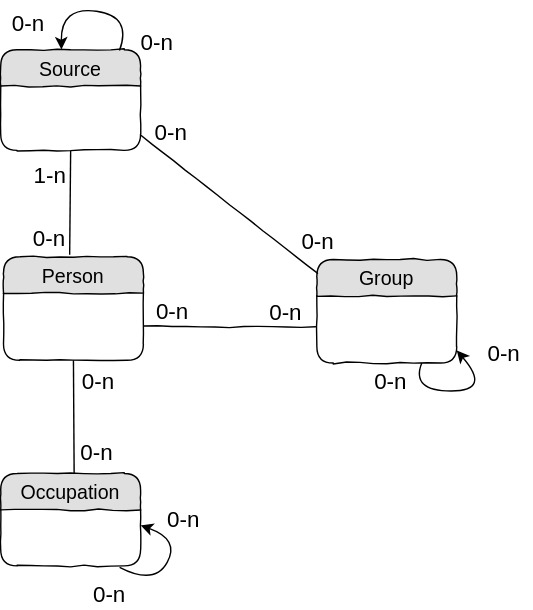
Above: docs/img/db5-model.svg in tig12/g5 (draw.io), before the change. Source tidied: cells renumbered, new cells last; positions are measured from the earlier drawing's top-left corner, leaving out a move shared by most shapes.
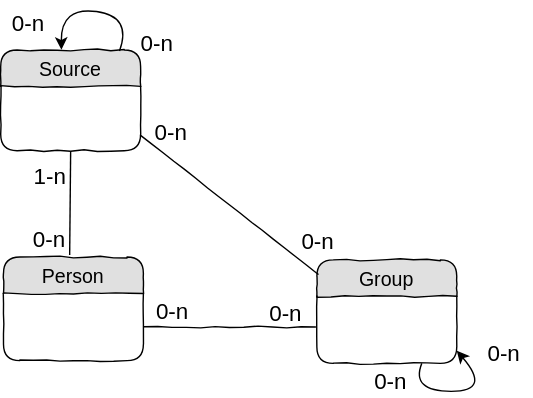
Later version of the same file.

What changed in the source:
```diff
@@ -26,22 +26,9 @@
     <mxCell id="8" value="&lt;font style=&quot;font-size: 16px&quot;&gt;0-n&lt;/font&gt;" style="text;html=1;strokeColor=none;fillColor=none;align=center;verticalAlign=middle;whiteSpace=wrap;rounded=0;shadow=0;glass=0;dashed=1;dashPattern=1 4;comic=1;labelBackgroundColor=none;fontSize=24;fontColor=#000000;" parent="1" vertex="1">
       <mxGeometry x="15" y="156" width="40" height="15" as="geometry" />
     </mxCell>
-    <mxCell id="9" style="curved=1;endArrow=classic;html=1;" parent="1" edge="1">
-      <mxGeometry relative="1" as="geometry">
-        <mxPoint x="85" y="401" as="sourcePoint" />
-        <mxPoint x="100" y="371" as="targetPoint" />
-        <Array as="points">
-          <mxPoint x="110" y="414" />
-          <mxPoint x="128" y="381" />
-        </Array>
-      </mxGeometry>
-    </mxCell>
     <mxCell id="10" value="Source" style="swimlane;fontStyle=0;horizontal=1;startSize=26;fillColor=#e0e0e0;swimlaneFillColor=#ffffff;align=center;fontSize=14;rounded=1;shadow=0;comic=1;glass=0;" parent="1" vertex="1">
       <mxGeometry y="31" width="100" height="72" as="geometry" />
     </mxCell>
-    <mxCell id="11" value="&lt;font style=&quot;font-size: 16px&quot;&gt;0-n&lt;/font&gt;" style="text;html=1;strokeColor=none;fillColor=none;align=center;verticalAlign=middle;whiteSpace=wrap;rounded=0;shadow=0;glass=0;dashed=1;dashPattern=1 4;comic=1;labelBackgroundColor=none;fontSize=24;fontColor=#000000;" parent="1" vertex="1">
-      <mxGeometry x="58" y="410" width="40" height="15" as="geometry" />
-    </mxCell>
     <mxCell id="12" style="curved=1;endArrow=classic;html=1;exitX=0.75;exitY=1;exitDx=0;exitDy=0;" parent="1" edge="1" source="20">
       <mxGeometry relative="1" as="geometry">
         <mxPoint x="326" y="246" as="targetPoint" />
@@ -54,9 +41,6 @@
     <mxCell id="13" value="&lt;font style=&quot;font-size: 16px&quot;&gt;0-n&lt;/font&gt;" style="text;html=1;strokeColor=none;fillColor=none;align=center;verticalAlign=middle;whiteSpace=wrap;rounded=0;shadow=0;glass=0;dashed=1;dashPattern=1 4;comic=1;labelBackgroundColor=none;fontSize=24;fontColor=#000000;" parent="1" vertex="1">
       <mxGeometry x="259" y="258" width="40" height="15" as="geometry" />
     </mxCell>
-    <mxCell id="14" value="Occupation" style="swimlane;fontStyle=0;horizontal=1;startSize=26;fillColor=#e0e0e0;swimlaneFillColor=#ffffff;align=center;fontSize=14;rounded=1;shadow=0;comic=1;glass=0;" parent="1" vertex="1">
-      <mxGeometry y="334" width="100" height="66" as="geometry" />
-    </mxCell>
     <mxCell id="15" value="&lt;font style=&quot;font-size: 16px&quot;&gt;0-n&lt;/font&gt;" style="text;html=1;strokeColor=none;fillColor=none;align=center;verticalAlign=middle;whiteSpace=wrap;rounded=0;shadow=0;glass=0;dashed=1;dashPattern=1 4;comic=1;labelBackgroundColor=none;fontSize=24;fontColor=#000000;" parent="1" vertex="1">
       <mxGeometry y="2" width="40" height="15" as="geometry" />
     </mxCell>
@@ -68,15 +52,6 @@
         </Array>
       </mxGeometry>
     </mxCell>
-    <mxCell id="17" style="endArrow=none;html=1;entryX=0.5;entryY=1;entryDx=0;entryDy=0;exitX=0.525;exitY=0.003;exitDx=0;exitDy=0;exitPerimeter=0;" parent="1" edge="1" source="14" target="5">
-      <mxGeometry relative="1" as="geometry" />
-    </mxCell>
-    <mxCell id="18" value="&lt;font style=&quot;font-size: 16px&quot;&gt;0-n&lt;/font&gt;" style="text;html=1;strokeColor=none;fillColor=none;align=center;verticalAlign=middle;whiteSpace=wrap;rounded=0;shadow=0;glass=0;dashed=1;dashPattern=1 4;comic=1;labelBackgroundColor=none;fontSize=24;fontColor=#000000;" parent="1" vertex="1">
-      <mxGeometry x="50" y="258" width="40" height="15" as="geometry" />
-    </mxCell>
-    <mxCell id="19" value="&lt;font style=&quot;font-size: 16px&quot;&gt;0-n&lt;/font&gt;" style="text;html=1;strokeColor=none;fillColor=none;align=center;verticalAlign=middle;whiteSpace=wrap;rounded=0;shadow=0;glass=0;dashed=1;dashPattern=1 4;comic=1;labelBackgroundColor=none;fontSize=24;fontColor=#000000;" parent="1" vertex="1">
-      <mxGeometry x="49" y="309" width="40" height="15" as="geometry" />
-    </mxCell>
     <mxCell id="20" value="Group" style="swimlane;fontStyle=0;horizontal=1;startSize=26;fillColor=#e0e0e0;swimlaneFillColor=#ffffff;align=center;fontSize=14;rounded=1;shadow=0;comic=1;glass=0;" parent="1" vertex="1">
       <mxGeometry x="226" y="181" width="100" height="74" as="geometry" />
     </mxCell>
@@ -86,9 +61,6 @@
     <mxCell id="22" value="&lt;font style=&quot;font-size: 16px&quot;&gt;0-n&lt;/font&gt;" style="text;html=1;strokeColor=none;fillColor=none;align=center;verticalAlign=middle;whiteSpace=wrap;rounded=0;shadow=0;glass=0;dashed=1;dashPattern=1 4;comic=1;labelBackgroundColor=none;fontSize=24;fontColor=#000000;" parent="1" vertex="1">
       <mxGeometry x="340" y="238" width="40" height="15" as="geometry" />
     </mxCell>
-    <mxCell id="23" value="&lt;font style=&quot;font-size: 16px&quot;&gt;0-n&lt;/font&gt;" style="text;html=1;strokeColor=none;fillColor=none;align=center;verticalAlign=middle;whiteSpace=wrap;rounded=0;shadow=0;glass=0;dashed=1;dashPattern=1 4;comic=1;labelBackgroundColor=none;fontSize=24;fontColor=#000000;" parent="1" vertex="1">
-      <mxGeometry x="111" y="357" width="40" height="15" as="geometry" />
-    </mxCell>
     <mxCell id="24" style="endArrow=none;html=1;exitX=0.005;exitY=0.133;exitDx=0;exitDy=0;comic=1;exitPerimeter=0;" parent="1" edge="1" source="20">
       <mxGeometry relative="1" as="geometry">
         <mxPoint x="100" y="92" as="targetPoint" />
```
